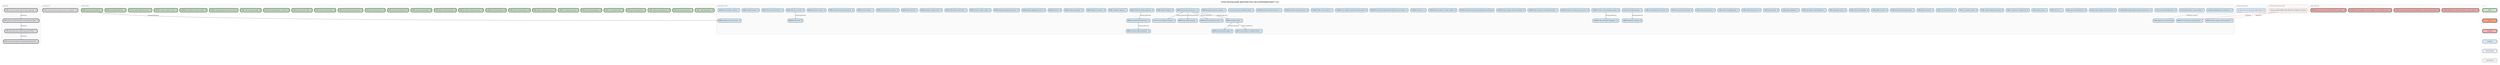
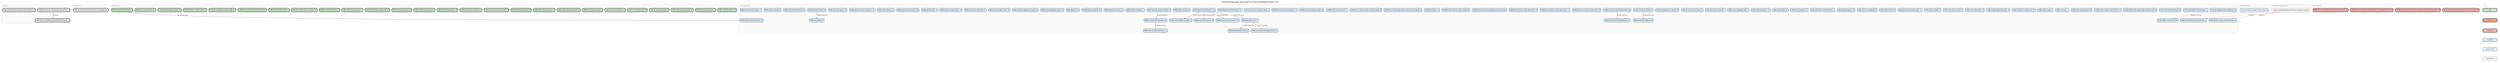
digraph backlog {
  rankdir=TB
  fontname="Helvetica"
  label="Active backlog graph generated from docs/method/backlog/*/*.md"
  labelloc=t
  fontsize=12
  node [shape=box style="rounded,filled" fontname="Helvetica" fontsize=8 margin="0.1,0.05" height=0.35]
  edge [color="#666666" arrowsize=0.5 fontname="Helvetica" fontsize=7]
  newrank=true
  ranksep=0.55
  nodesep=0.2

  subgraph cluster_asap {
-     label="asap (4)" labeljust=l fontsize=9 fontcolor="#555555"
+     label="asap (3)" labeljust=l fontsize=9 fontcolor="#555555"
    style=rounded color="#cccccc" bgcolor="#fafafa"
    asap_CORE_graft_fake_echo_shaped_typescript_witness [label="CORE-graft-fake-echo-shaped-typescript-witness - L" fillcolor="#E5E7EB" penwidth=2]
-     asap_CORE_graft_structural_history_echo_package_descriptor [label="CORE-graft-structural-history-echo-package-descriptor - M" fillcolor="#E5E7EB" penwidth=2]
    asap_CORE_structural_history_evidence_label_alignment [label="CORE-structural-history-evidence-label-alignment - M" fillcolor="#E5E7EB" penwidth=2]
    asap_CORE_structural_reading_port_generated_model_parity [label="CORE-structural-reading-port-generated-model-parity - L" fillcolor="#E5E7EB" penwidth=2]
  }

  subgraph cluster_up_next {
    label="up-next (1)" labeljust=l fontsize=9 fontcolor="#555555"
    style=rounded color="#cccccc" bgcolor="#fafafa"
    up_next_CORE_structural_history_schema_and_echo_migration [label="CORE-structural-history-schema-and-echo-migration - XL" fillcolor="#E5E7EB" penwidth=2]
  }

  subgraph cluster_v0_8_0 {
    label="v0.8.0 (26)" labeljust=l fontsize=9 fontcolor="#555555"
    style=rounded color="#cccccc" bgcolor="#fafafa"
    v0_8_0_CORE_c_structural_parsing [label="CORE-c-structural-parsing - M" fillcolor="#C8E6C9" penwidth=2]
    v0_8_0_CORE_cpp_structural_parsing [label="CORE-cpp-structural-parsing - L" fillcolor="#C8E6C9" penwidth=2]
    v0_8_0_CORE_csharp_structural_parsing [label="CORE-csharp-structural-parsing - M" fillcolor="#C8E6C9" penwidth=2]
    v0_8_0_CORE_go_structural_parsing [label="CORE-go-structural-parsing - S" fillcolor="#C8E6C9" penwidth=2]
    v0_8_0_CORE_hcl_structured_config [label="CORE-hcl-structured-config - M" fillcolor="#C8E6C9" penwidth=2]
    v0_8_0_CORE_java_structural_parsing [label="CORE-java-structural-parsing - M" fillcolor="#C8E6C9" penwidth=2]
    v0_8_0_CORE_json_structured_config [label="CORE-json-structured-config - S" fillcolor="#C8E6C9" penwidth=2]
    v0_8_0_CORE_jupyter_notebook_structure [label="CORE-jupyter-notebook-structure - M" fillcolor="#C8E6C9" penwidth=2]
    v0_8_0_CORE_kotlin_structural_parsing [label="CORE-kotlin-structural-parsing - M" fillcolor="#C8E6C9" penwidth=2]
    v0_8_0_CORE_php_structural_parsing [label="CORE-php-structural-parsing - M" fillcolor="#C8E6C9" penwidth=2]
    v0_8_0_CORE_pr_review_structural_summary [label="CORE-pr-review-structural-summary - M" fillcolor="#C8E6C9" penwidth=2]
    v0_8_0_CORE_python_structural_parsing [label="CORE-python-structural-parsing - S" fillcolor="#C8E6C9" penwidth=2]
    v0_8_0_CORE_ruby_structural_parsing [label="CORE-ruby-structural-parsing - M" fillcolor="#C8E6C9" penwidth=2]
    v0_8_0_CORE_shell_structural_parsing [label="CORE-shell-structural-parsing - M" fillcolor="#C8E6C9" penwidth=2]
    v0_8_0_CORE_sql_structural_parsing [label="CORE-sql-structural-parsing - M" fillcolor="#C8E6C9" penwidth=2]
    v0_8_0_CORE_structural_test_coverage_map [label="CORE-structural-test-coverage-map - M" fillcolor="#C8E6C9" penwidth=2]
    v0_8_0_CORE_swift_structural_parsing [label="CORE-swift-structural-parsing - M" fillcolor="#C8E6C9" penwidth=2]
    v0_8_0_CORE_toml_structured_config [label="CORE-toml-structured-config - S" fillcolor="#C8E6C9" penwidth=2]
    v0_8_0_CORE_tool_context_injection_contracts [label="CORE-tool-context-injection-contracts - M" fillcolor="#C8E6C9" penwidth=2]
    v0_8_0_CORE_yaml_structured_config [label="CORE-yaml-structured-config - M" fillcolor="#C8E6C9" penwidth=2]
    v0_8_0_SURFACE_git_graft_enhance_provenance_hints [label="SURFACE-git-graft-enhance-provenance-hints" fillcolor="#C8E6C9" penwidth=2]
    v0_8_0_SURFACE_pr_feedback_resolution_ledger [label="SURFACE-pr-feedback-resolution-ledger - M" fillcolor="#C8E6C9" penwidth=2]
    v0_8_0_SURFACE_review_cooldown_status [label="SURFACE-review-cooldown-status - S" fillcolor="#C8E6C9" penwidth=2]
    v0_8_0_TEST_bounded_subprocess_policy [label="TEST-bounded-subprocess-policy - S" fillcolor="#C8E6C9" penwidth=2]
    v0_8_0_WARP_dead_symbol_detection [label="WARP-dead-symbol-detection - S" fillcolor="#C8E6C9" penwidth=2]
    v0_8_0_WARP_symbol_history_timeline [label="WARP-symbol-history-timeline - S" fillcolor="#C8E6C9" penwidth=2]
  }

  subgraph cluster_bad_code {
    label="bad-code (4)" labeljust=l fontsize=9 fontcolor="#555555"
    style=rounded color="#cccccc" bgcolor="#fafafa"
    bad_code_CLEAN_method_close_timeout_produces_no_retro_artifact [label="CLEAN-method-close-timeout-produces-no-retro-artifact - M" fillcolor="#F6B3B3" penwidth=2]
    bad_code_CLEAN_remaining_structural_warp_reads_bypass_structural_reading_port [label="CLEAN-remaining-structural-warp-reads-bypass-structural-reading-port - M" fillcolor="#F6B3B3" penwidth=2]
    bad_code_CLEAN_technical_teardown_contract_ledger_can_stale_without_tests [label="CLEAN-technical-teardown-contract-ledger-can-stale-without-tests - M" fillcolor="#F6B3B3" penwidth=2]
    bad_code_WARP_bijou_local_history_stale_after_branch_transition [label="WARP-bijou-local-history-stale-after-branch-transition - M" fillcolor="#F6B3B3" penwidth=2]
  }

  subgraph cluster_cool_ideas {
    label="Cool Ideas (76)" labeljust=l fontsize=9 fontcolor="#555555"
    style=rounded color="#cccccc" bgcolor="#fafafa"
    cool_ideas_bounded_neighborhood_for_references [label="bounded-neighborhood-for-references - S" fillcolor="#D4E8F7" penwidth=1]
    cool_ideas_CI_001_causal_collapse_visualizer [label="CI-001-causal-collapse-visualizer - L" fillcolor="#D4E8F7" penwidth=1]
    cool_ideas_CI_002_deterministic_scenario_replay [label="CI-002-deterministic-scenario-replay - L" fillcolor="#D4E8F7" penwidth=1]
    cool_ideas_CI_003_mcp_native_diff_protocol [label="CI-003-mcp-native-diff-protocol - M" fillcolor="#D4E8F7" penwidth=1]
    cool_ideas_CLEAN_CODE_parallel_agent_merge_shared_file_loss [label="CLEAN-CODE-parallel-agent-merge-shared-file-loss - M" fillcolor="#D4E8F7" penwidth=1]
    cool_ideas_CLEAN_contract_ledger_schema_and_lint [label="CLEAN-contract-ledger-schema-and-lint - M" fillcolor="#D4E8F7" penwidth=1]
    cool_ideas_CORE_agent_handoff_protocol [label="CORE-agent-handoff-protocol - M" fillcolor="#D4E8F7" penwidth=1]
    cool_ideas_CORE_auto_focus [label="CORE-auto-focus - L" fillcolor="#D4E8F7" penwidth=1]
    cool_ideas_CORE_capture_range [label="CORE-capture-range - S" fillcolor="#D4E8F7" penwidth=1]
    cool_ideas_CORE_constructor_in_disguise_lint [label="CORE-constructor-in-disguise-lint - M" fillcolor="#D4E8F7" penwidth=1]
    cool_ideas_CORE_context_budget_forecasting [label="CORE-context-budget-forecasting - M" fillcolor="#D4E8F7" penwidth=1]
    cool_ideas_CORE_conversation_primer [label="CORE-conversation-primer - M" fillcolor="#D4E8F7" penwidth=1]
    cool_ideas_CORE_cross_session_resume [label="CORE-cross-session-resume - S" fillcolor="#D4E8F7" penwidth=1]
    cool_ideas_CORE_graft_as_teacher [label="CORE-graft-as-teacher - S" fillcolor="#D4E8F7" penwidth=1]
    cool_ideas_CORE_graft_teach_learning_receipts [label="CORE-graft-teach-learning-receipts - S" fillcolor="#D4E8F7" penwidth=1]
    cool_ideas_CORE_graft_tool_client [label="CORE-graft-tool-client - M" fillcolor="#D4E8F7" penwidth=1]
    cool_ideas_CORE_horizon_of_readability [label="CORE-horizon-of-readability - M" fillcolor="#D4E8F7" penwidth=1]
    cool_ideas_CORE_lagrangian_policy [label="CORE-lagrangian-policy - XL" fillcolor="#D4E8F7" penwidth=1]
    cool_ideas_CORE_migrate_to_slice_first_reads [label="CORE-migrate-to-slice-first-reads" fillcolor="#D4E8F7" penwidth=1]
    cool_ideas_CORE_multi_agent_conflict_detection [label="CORE-multi-agent-conflict-detection - L" fillcolor="#D4E8F7" penwidth=1]
    cool_ideas_CORE_policy_playground [label="CORE-policy-playground - S" fillcolor="#D4E8F7" penwidth=1]
    cool_ideas_CORE_policy_profiles [label="CORE-policy-profiles - M" fillcolor="#D4E8F7" penwidth=1]
    cool_ideas_CORE_self_tuning_governor [label="CORE-self-tuning-governor - M" fillcolor="#D4E8F7" penwidth=1]
    cool_ideas_CORE_session_knowledge_map [label="CORE-session-knowledge-map - S" fillcolor="#D4E8F7" penwidth=1]
    cool_ideas_CORE_speculative_read_cost [label="CORE-speculative-read-cost - S" fillcolor="#D4E8F7" penwidth=1]
    cool_ideas_CORE_structural_session_replay [label="CORE-structural-session-replay - M" fillcolor="#D4E8F7" penwidth=1]
    cool_ideas_CORE_wire_primitives_into_runtime [label="CORE-wire-primitives-into-runtime - M" fillcolor="#D4E8F7" penwidth=1]
    cool_ideas_monitor_tick_ceiling_tracking [label="monitor-tick-ceiling-tracking - S" fillcolor="#D4E8F7" penwidth=1]
    cool_ideas_SURFACE_active_causal_workspace_status [label="SURFACE-active-causal-workspace-status - M" fillcolor="#D4E8F7" penwidth=1]
    cool_ideas_SURFACE_attach_to_existing_causal_session [label="SURFACE-attach-to-existing-causal-session - M" fillcolor="#D4E8F7" penwidth=1]
    cool_ideas_SURFACE_bijou_daemon_control_plane_actions [label="SURFACE-bijou-daemon-control-plane-actions - L" fillcolor="#D4E8F7" penwidth=1]
    cool_ideas_SURFACE_bijou_daemon_status_live_refresh [label="SURFACE-bijou-daemon-status-live-refresh - M" fillcolor="#D4E8F7" penwidth=1]
    cool_ideas_SURFACE_git_graft_enhance_expanded_git_subcommands [label="SURFACE-git-graft-enhance-expanded-git-subcommands" fillcolor="#D4E8F7" penwidth=1]
    cool_ideas_SURFACE_graft_review_pr_number_adapter [label="SURFACE-graft-review-pr-number-adapter - M" fillcolor="#D4E8F7" penwidth=1]
    cool_ideas_SURFACE_ide_native_graft_integration [label="SURFACE-ide-native-graft-integration - XL" fillcolor="#D4E8F7" penwidth=1]
    cool_ideas_SURFACE_init_dry_run [label="SURFACE-init-dry-run - S" fillcolor="#D4E8F7" penwidth=1]
    cool_ideas_SURFACE_local_history_dag_render_mode_and_count_legend [label="SURFACE-local-history-dag-render-mode-and-count-legend - S" fillcolor="#D4E8F7" penwidth=1]
    cool_ideas_SURFACE_non_codex_instruction_bootstrap_parity [label="SURFACE-non-codex-instruction-bootstrap-parity - M" fillcolor="#D4E8F7" penwidth=1]
    cool_ideas_SURFACE_offer_rename_refactor [label="SURFACE-offer-rename-refactor - L" fillcolor="#D4E8F7" penwidth=1]
    cool_ideas_SURFACE_opened_workspace_paths [label="SURFACE-opened-workspace-paths - M" fillcolor="#D4E8F7" penwidth=1]
    cool_ideas_SURFACE_terminal_activity_browser_tui [label="SURFACE-terminal-activity-browser-tui - L" fillcolor="#D4E8F7" penwidth=1]
    cool_ideas_traverse_plus_query_hydration_helper [label="traverse-plus-query-hydration-helper - S" fillcolor="#D4E8F7" penwidth=1]
    cool_ideas_WARP_adaptive_projection_selection [label="WARP-adaptive-projection-selection - L" fillcolor="#D4E8F7" penwidth=1]
    cool_ideas_WARP_agent_action_provenance [label="WARP-agent-action-provenance - XL" fillcolor="#D4E8F7" penwidth=1]
    cool_ideas_WARP_auto_breaking_change_detection [label="WARP-auto-breaking-change-detection - L" fillcolor="#D4E8F7" penwidth=1]
    cool_ideas_WARP_background_indexing [label="WARP-background-indexing - M" fillcolor="#D4E8F7" penwidth=1]
    cool_ideas_WARP_budget_elasticity [label="WARP-budget-elasticity - M" fillcolor="#D4E8F7" penwidth=1]
    cool_ideas_WARP_causal_blame_for_staged_artifacts [label="WARP-causal-blame-for-staged-artifacts - L" fillcolor="#D4E8F7" penwidth=1]
    cool_ideas_WARP_causal_write_tracking [label="WARP-causal-write-tracking - L" fillcolor="#D4E8F7" penwidth=1]
    cool_ideas_WARP_codebase_entropy_trajectory [label="WARP-codebase-entropy-trajectory - M" fillcolor="#D4E8F7" penwidth=1]
    cool_ideas_WARP_codebase_signature [label="WARP-codebase-signature - L" fillcolor="#D4E8F7" penwidth=1]
    cool_ideas_WARP_counterfactual_refactoring [label="WARP-counterfactual-refactoring - XL" fillcolor="#D4E8F7" penwidth=1]
    cool_ideas_WARP_degeneracy_warning [label="WARP-degeneracy-warning - M" fillcolor="#D4E8F7" penwidth=1]
    cool_ideas_WARP_drift_sentinel [label="WARP-drift-sentinel - M" fillcolor="#D4E8F7" penwidth=1]
    cool_ideas_WARP_footprint_parallelism [label="WARP-footprint-parallelism - XL" fillcolor="#D4E8F7" penwidth=1]
    cool_ideas_WARP_graft_pack [label="WARP-graft-pack - M" fillcolor="#D4E8F7" penwidth=1]
    cool_ideas_WARP_grouped_aggregate_queries [label="WARP-grouped-aggregate-queries - M" fillcolor="#D4E8F7" penwidth=1]
    cool_ideas_WARP_intent_and_decision_events [label="WARP-intent-and-decision-events - M" fillcolor="#D4E8F7" penwidth=1]
    cool_ideas_WARP_intentional_degeneracy_privacy [label="WARP-intentional-degeneracy-privacy - M" fillcolor="#D4E8F7" penwidth=1]
    cool_ideas_WARP_minimum_viable_context [label="WARP-minimum-viable-context - M" fillcolor="#D4E8F7" penwidth=1]
    cool_ideas_WARP_outline_diff_commit_trailer [label="WARP-outline-diff-commit-trailer - S" fillcolor="#D4E8F7" penwidth=1]
    cool_ideas_WARP_projection_safety_classes [label="WARP-projection-safety-classes - M" fillcolor="#D4E8F7" penwidth=1]
    cool_ideas_WARP_provenance_dag [label="WARP-provenance-dag - L" fillcolor="#D4E8F7" penwidth=1]
    cool_ideas_WARP_reasoning_trace_replay [label="WARP-reasoning-trace-replay - M" fillcolor="#D4E8F7" penwidth=1]
    cool_ideas_WARP_rulial_heat_map [label="WARP-rulial-heat-map - L" fillcolor="#D4E8F7" penwidth=1]
    cool_ideas_WARP_semantic_drift_in_sessions [label="WARP-semantic-drift-in-sessions - M" fillcolor="#D4E8F7" penwidth=1]
    cool_ideas_WARP_semantic_merge_conflict_prediction [label="WARP-semantic-merge-conflict-prediction - L" fillcolor="#D4E8F7" penwidth=1]
    cool_ideas_WARP_session_filtration [label="WARP-session-filtration - L" fillcolor="#D4E8F7" penwidth=1]
    cool_ideas_WARP_shadow_structural_workspaces [label="WARP-shadow-structural-workspaces - XL" fillcolor="#D4E8F7" penwidth=1]
    cool_ideas_WARP_speculative_merge [label="WARP-speculative-merge - XL" fillcolor="#D4E8F7" penwidth=1]
    cool_ideas_WARP_stale_docs_checker [label="WARP-stale-docs-checker - M" fillcolor="#D4E8F7" penwidth=1]
    cool_ideas_WARP_structural_drift_detection [label="WARP-structural-drift-detection - M" fillcolor="#D4E8F7" penwidth=1]
    cool_ideas_WARP_structural_impact_prediction [label="WARP-structural-impact-prediction - XL" fillcolor="#D4E8F7" penwidth=1]
    cool_ideas_WARP_symbol_heatmap [label="WARP-symbol-heatmap - M" fillcolor="#D4E8F7" penwidth=1]
    cool_ideas_WARP_technical_debt_curvature [label="WARP-technical-debt-curvature - L" fillcolor="#D4E8F7" penwidth=1]
    cool_ideas_WARP_temporal_structural_search [label="WARP-temporal-structural-search - M" fillcolor="#D4E8F7" penwidth=1]
  }

  subgraph cluster_external {
    label="External blockers" labeljust=l fontsize=9 fontcolor="#555555"
    style=rounded color="#cccccc" bgcolor="#f8fbff"
    external_git_warp_observer_geometry_ladder__Rung_2_4_ [label="git-warp observer geometry ladder (Rung 2-4)" fillcolor="#E8F2FF" penwidth=1]
  }

  subgraph cluster_unresolved {
    label="Unresolved internal refs" labeljust=l fontsize=9 fontcolor="#555555"
    style="rounded,dashed" color="#cc3333" bgcolor="#fff7f7"
    unresolved_CLEAN_CODE_export_diff_semver_signature_as_patch [label="missing: CLEAN_CODE_export-diff-semver-signature-as-patch" fillcolor="#F2F2F2" penwidth=1 style="rounded,dashed,filled"]
  }

  asap_CORE_graft_fake_echo_shaped_typescript_witness -> asap_CORE_structural_reading_port_generated_model_parity [label="blocked_by"]
-   asap_CORE_graft_structural_history_echo_package_descriptor -> asap_CORE_graft_fake_echo_shaped_typescript_witness [label="blocked_by"]
-   asap_CORE_structural_history_evidence_label_alignment -> asap_CORE_graft_structural_history_echo_package_descriptor [label="blocked_by"]
  cool_ideas_monitor_tick_ceiling_tracking -> cool_ideas_WARP_background_indexing [label="blocked_by/blocking"]
  cool_ideas_SURFACE_active_causal_workspace_status -> cool_ideas_SURFACE_ide_native_graft_integration [label="blocked_by/blocking"]
  cool_ideas_WARP_agent_action_provenance -> cool_ideas_CI_001_causal_collapse_visualizer [label="blocked_by/blocking"]
  cool_ideas_WARP_agent_action_provenance -> cool_ideas_WARP_causal_write_tracking [label="blocked_by/blocking"]
  cool_ideas_WARP_agent_action_provenance -> cool_ideas_WARP_intent_and_decision_events [label="blocked_by/blocking"]
  cool_ideas_WARP_agent_action_provenance -> cool_ideas_WARP_provenance_dag [label="blocked_by/blocking"]
  cool_ideas_WARP_codebase_entropy_trajectory -> cool_ideas_WARP_counterfactual_refactoring [label="blocked_by/blocking"]
  cool_ideas_WARP_counterfactual_refactoring -> cool_ideas_WARP_structural_impact_prediction [label="blocked_by/blocking"]
  cool_ideas_WARP_provenance_dag -> cool_ideas_WARP_causal_blame_for_staged_artifacts [label="blocked_by/blocking"]
  cool_ideas_WARP_provenance_dag -> cool_ideas_WARP_reasoning_trace_replay [label="blocked_by/blocking"]
  cool_ideas_WARP_stale_docs_checker -> cool_ideas_WARP_drift_sentinel [label="blocked_by/blocking"]
  external_git_warp_observer_geometry_ladder__Rung_2_4_ -> cool_ideas_CORE_migrate_to_slice_first_reads [label="blocked_by_external" style=dashed color="#4477AA"]
  unresolved_CLEAN_CODE_export_diff_semver_signature_as_patch -> cool_ideas_WARP_auto_breaking_change_detection [label="blocked_by" style=dashed color="#CC3333"]
  unresolved_CLEAN_CODE_export_diff_semver_signature_as_patch -> cool_ideas_WARP_semantic_merge_conflict_prediction [label="blocked_by" style=dashed color="#CC3333"]
  v0_8_0_WARP_symbol_history_timeline -> cool_ideas_WARP_temporal_structural_search [label="blocked_by/blocking"]

  subgraph cluster_legend {
    label="Legend" labeljust=l fontsize=8 fontcolor="#aaaaaa"
    style=rounded color="#dddddd"
    node [fontsize=7 width=1.4]
    leg_v08 [label="v0.8.0" fillcolor="#C8E6C9" penwidth=2]
    leg_v07 [label="v0.7.0" fillcolor="#FFA07A" penwidth=2]
    leg_bad [label="bad-code" fillcolor="#F6B3B3" penwidth=2]
    leg_idea [label="cool-ideas" fillcolor="#D4E8F7" penwidth=1]
    leg_external [label="external blocker" fillcolor="#E8F2FF" penwidth=1]
    leg_unresolved [label="unresolved ref" fillcolor="#F2F2F2" penwidth=1 style="rounded,dashed,filled"]
    leg_v08 -> leg_v07 [style=invis]
    leg_v07 -> leg_bad [style=invis]
    leg_bad -> leg_idea [style=invis]
    leg_idea -> leg_external [style=invis]
    leg_external -> leg_unresolved [style=invis]
  }
}
